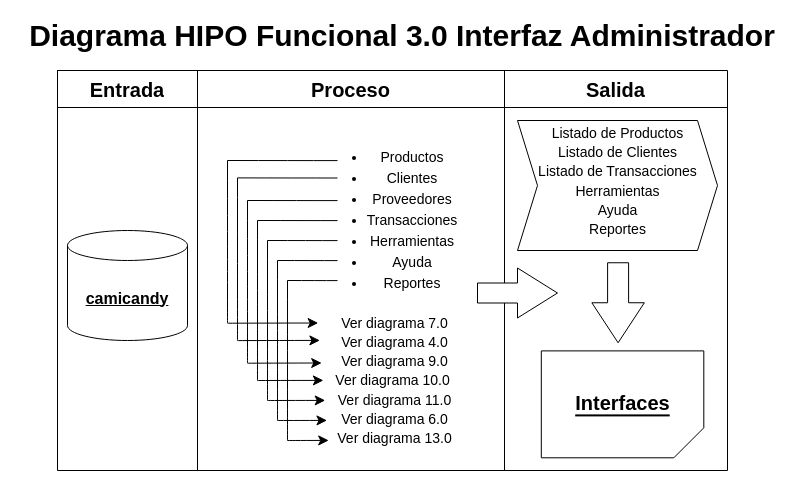
Earlier version of the draw.io diagram page "3.0 - Interfaz administrador" (3 of 13) of Documentos/Diagramas_HIPO/HIPO_Funcionales.drawio (jurdanetac/ingsoftware). Source tidied: cells renumbered, new cells numbered last; positions are measured from the earlier drawing's top-left corner, leaving out a move shared by most shapes. Both pictures are drawn from the tidied source at 100%, with x=0, y=0 at pixel (27, 20).
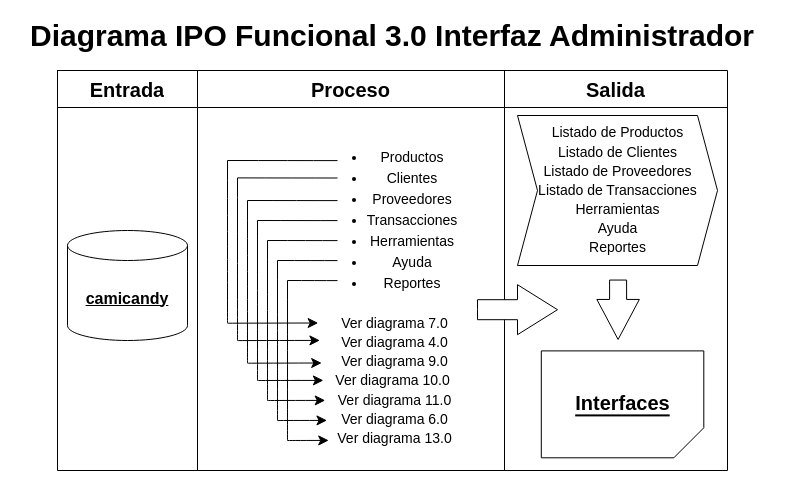
The same page after the edit.

What changed in the source:
```diff
@@
     <mxCell id="12" style="html=1;shadow=0;dashed=0;align=center;verticalAlign=middle;shape=mxgraph.arrows2.arrow;dy=0.6;dx=40;notch=0;rotation=90;" parent="1" vertex="1">
-      <mxGeometry x="550.6" y="256" width="80" height="52.5" as="geometry" />
+      <mxGeometry x="560.9" y="268" width="59.4" height="42.5" as="geometry" />
     </mxCell>
     <mxCell id="13" style="html=1;shadow=0;dashed=0;align=center;verticalAlign=middle;shape=mxgraph.arrows2.arrow;dy=0.6;dx=40;notch=0;rotation=0;" parent="1" vertex="1">
-      <mxGeometry x="450" y="247.5" width="80" height="50" as="geometry" />
+      <mxGeometry x="450" y="264.2" width="80" height="50" as="geometry" />
     </mxCell>
@@
     <mxCell id="44" style="shape=step;perimeter=stepPerimeter;whiteSpace=wrap;html=1;fixedSize=1;" parent="1" vertex="1">
-      <mxGeometry x="490" y="100" width="200" height="130" as="geometry" />
+      <mxGeometry x="490" y="95" width="200" height="150" as="geometry" />
     </mxCell>
@@
-    <mxCell id="46" value="&lt;span style=&quot;font-size: 14px;&quot;&gt;Listado de Productos&lt;/span&gt;&lt;div&gt;&lt;span style=&quot;font-size: 14px;&quot;&gt;Listado de Clientes&lt;/span&gt;&lt;/div&gt;&lt;div&gt;&lt;span style=&quot;font-size: 14px;&quot;&gt;Listado de Transacciones&lt;/span&gt;&lt;/div&gt;&lt;div&gt;&lt;span style=&quot;font-size: 14px;&quot;&gt;Herramientas&lt;/span&gt;&lt;/div&gt;&lt;div&gt;&lt;span style=&quot;font-size: 14px;&quot;&gt;Ayuda&lt;/span&gt;&lt;/div&gt;&lt;div&gt;&lt;span style=&quot;font-size: 14px;&quot;&gt;Reportes&lt;/span&gt;&lt;/div&gt;" style="text;html=1;align=center;verticalAlign=middle;whiteSpace=wrap;rounded=0;fontSize=16;" parent="1" vertex="1">
-      <mxGeometry x="491.2" y="120" width="198.8" height="80" as="geometry" />
+    <mxCell id="46" value="&lt;span style=&quot;font-size: 14px;&quot;&gt;Listado de Productos&lt;/span&gt;&lt;div&gt;&lt;span style=&quot;font-size: 14px;&quot;&gt;Listado de Clientes&lt;/span&gt;&lt;/div&gt;&lt;div&gt;&lt;span style=&quot;font-size: 14px;&quot;&gt;Listado de Proveedores&lt;/span&gt;&lt;/div&gt;&lt;div&gt;&lt;span style=&quot;font-size: 14px;&quot;&gt;Listado de Transacciones&lt;/span&gt;&lt;/div&gt;&lt;div&gt;&lt;span style=&quot;font-size: 14px;&quot;&gt;Herramientas&lt;/span&gt;&lt;/div&gt;&lt;div&gt;&lt;span style=&quot;font-size: 14px;&quot;&gt;Ayuda&lt;/span&gt;&lt;/div&gt;&lt;div&gt;&lt;span style=&quot;font-size: 14px;&quot;&gt;Reportes&lt;/span&gt;&lt;/div&gt;" style="text;html=1;align=center;verticalAlign=middle;whiteSpace=wrap;rounded=0;fontSize=16;" parent="1" vertex="1">
+      <mxGeometry x="491.2" y="129" width="198.8" height="80" as="geometry" />
     </mxCell>
-    <mxCell id="47" value="&lt;font style=&quot;font-size: 30px;&quot;&gt;Diagrama HIPO Funcional 3.0 Interfaz Administrador&lt;/font&gt;" style="text;html=1;align=center;verticalAlign=middle;whiteSpace=wrap;rounded=0;fontSize=16;fontStyle=1;" parent="1" vertex="1">
-      <mxGeometry width="750" height="30" as="geometry" />
+    <mxCell id="47" value="&lt;font style=&quot;font-size: 30px;&quot;&gt;Diagrama IPO Funcional 3.0 Interfaz Administrador&lt;/font&gt;" style="text;html=1;align=center;verticalAlign=middle;whiteSpace=wrap;rounded=0;fontSize=16;fontStyle=1;" parent="1" vertex="1">
+      <mxGeometry x="-10" width="750" height="30" as="geometry" />
     </mxCell>
```
